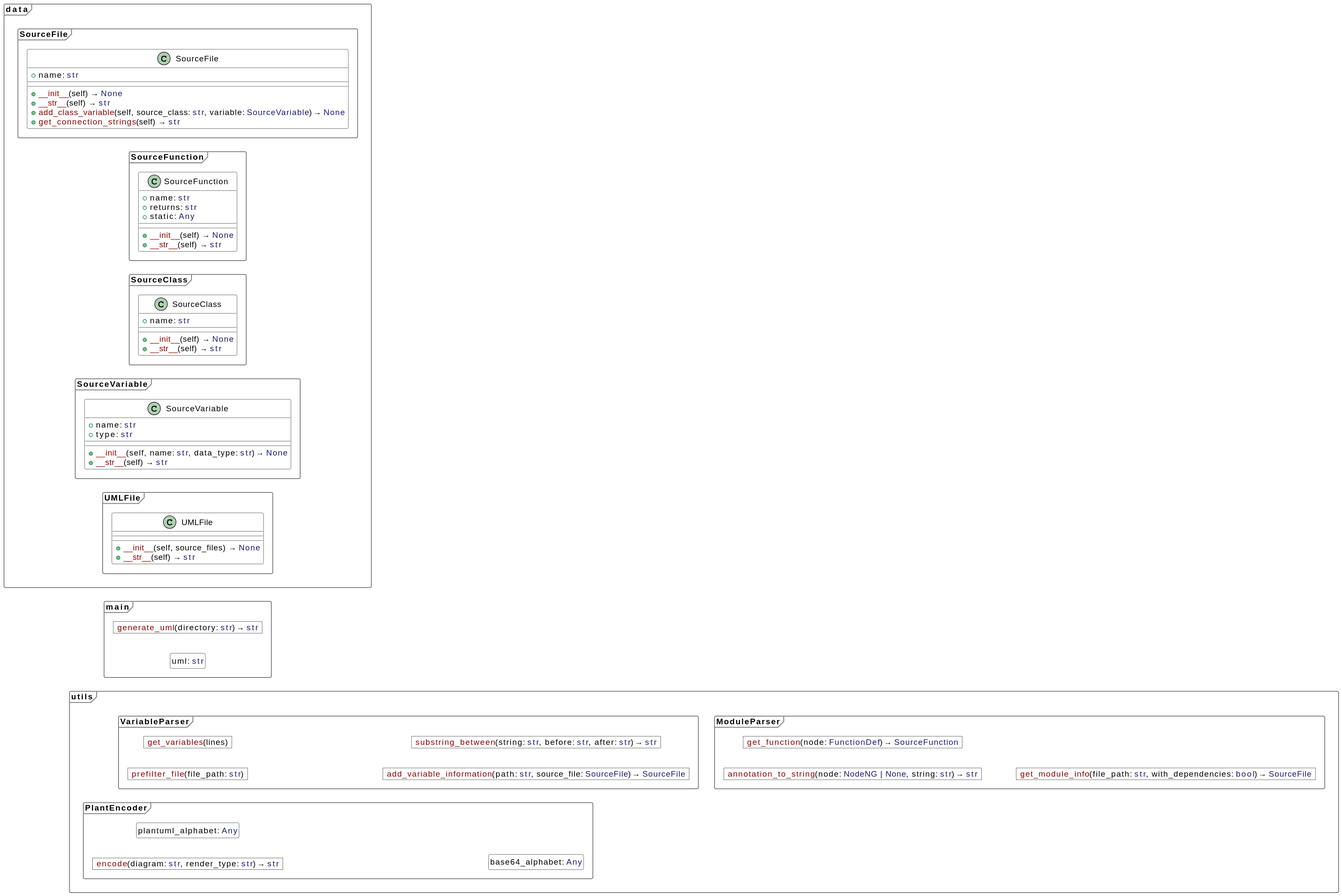
Earlier version of the PlantUML export example.svg (Domi04151309/pypu).
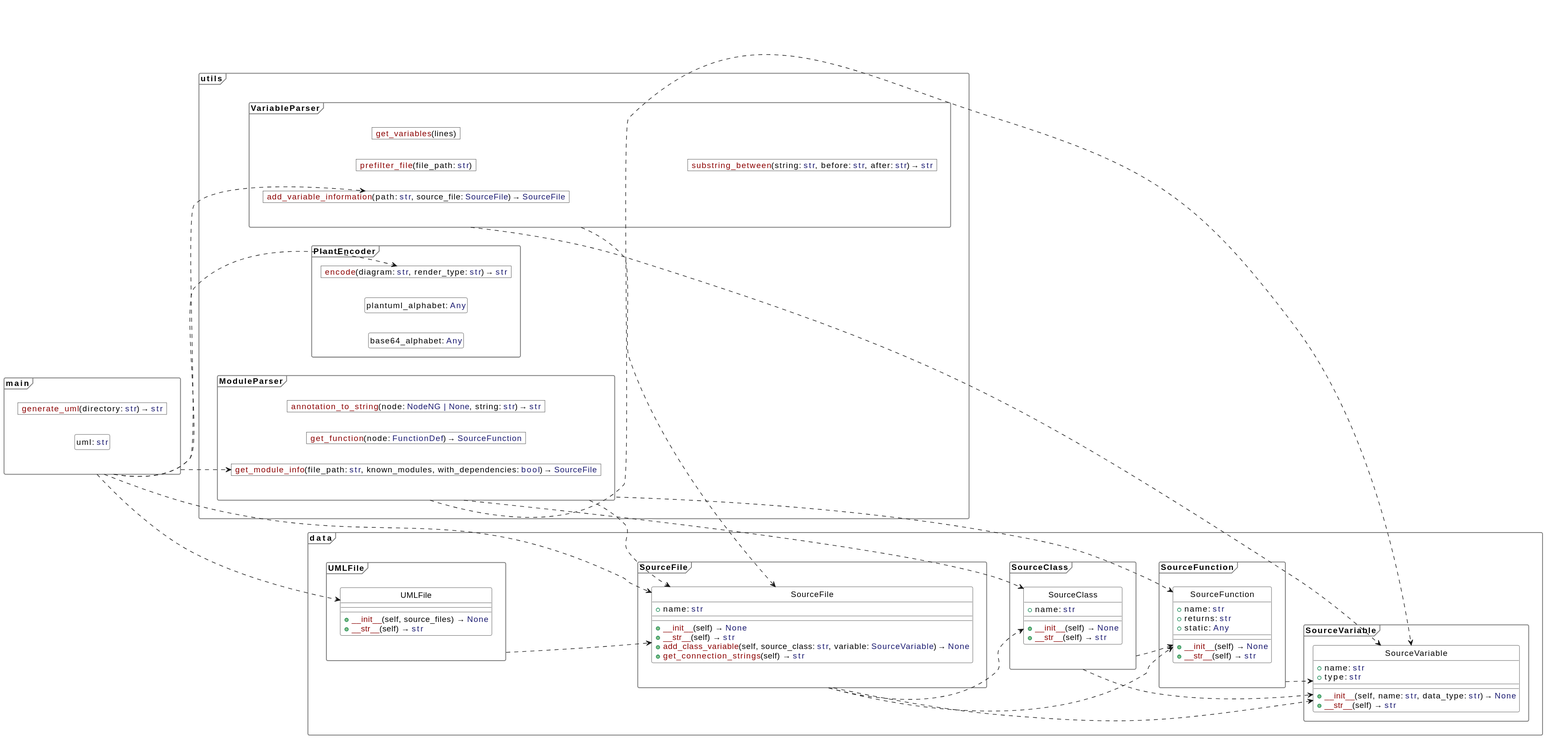
Above is the later version.

What changed in the source:
```diff
@@ -5,10 +5,10 @@
 skinparam classBackgroundColor white
 skinparam objectBackgroundColor white
 hide empty members
+hide circle
 package .main {
 object "<color:DarkRed>generate_uml</color>(directory: <color:MidnightBlue>str</color>) → <color:MidnightBlue>str</color>" as generate_uml
 class "uml: <color:MidnightBlue>str</color>" as uml
-hide uml circle
 }
 package .data.SourceFile {
 class SourceFile {
@@ -69,12 +69,28 @@
 object "<color:DarkRed>encode</color>(diagram: <color:MidnightBlue>str</color>, render_type: <color:MidnightBlue>str</color>) → <color:MidnightBlue>str</color>" as encode
 class "plantuml_alphabet: <color:MidnightBlue>Any</color>" as plantuml_alphabet
 class "base64_alphabet: <color:MidnightBlue>Any</color>" as base64_alphabet
-hide plantuml_alphabet circle
-hide base64_alphabet circle
 }
 package .utils.ModuleParser {
 object "<color:DarkRed>annotation_to_string</color>(node: <color:MidnightBlue>NodeNG | None</color>, string: <color:MidnightBlue>str</color>) → <color:MidnightBlue>str</color>" as annotation_to_string
 object "<color:DarkRed>get_function</color>(node: <color:MidnightBlue>FunctionDef</color>) → <color:MidnightBlue>SourceFunction</color>" as get_function
-object "<color:DarkRed>get_module_info</color>(file_path: <color:MidnightBlue>str</color>, with_dependencies: <color:MidnightBlue>bool</color>) → <color:MidnightBlue>SourceFile</color>" as get_module_info
+object "<color:DarkRed>get_module_info</color>(file_path: <color:MidnightBlue>str</color>, known_modules, with_dependencies: <color:MidnightBlue>bool</color>) → <color:MidnightBlue>SourceFile</color>" as get_module_info
 }
+.main ..> data.SourceFile.SourceFile
+.main ..> data.UMLFile.UMLFile
+.main ..> utils.ModuleParser.get_module_info
+.main ..> utils.PlantEncoder.encode
+.main ..> utils.VariableParser.add_variable_information
+.data.SourceFile ..> data.SourceClass.SourceClass
+.data.SourceFile ..> data.SourceFunction.SourceFunction
+.data.SourceFile ..> data.SourceVariable.SourceVariable
+.data.SourceFunction ..> data.SourceVariable.SourceVariable
+.data.SourceClass ..> data.SourceFunction.SourceFunction
+.data.SourceClass ..> data.SourceVariable.SourceVariable
+.data.UMLFile ..> data.SourceFile.SourceFile
+.utils.VariableParser ..> data.SourceFile.SourceFile
+.utils.VariableParser ..> data.SourceVariable.SourceVariable
+.utils.ModuleParser ..> data.SourceFile.SourceFile
+.utils.ModuleParser ..> data.SourceClass.SourceClass
+.utils.ModuleParser ..> data.SourceFunction.SourceFunction
+.utils.ModuleParser ..> data.SourceVariable.SourceVariable
 @enduml
```
